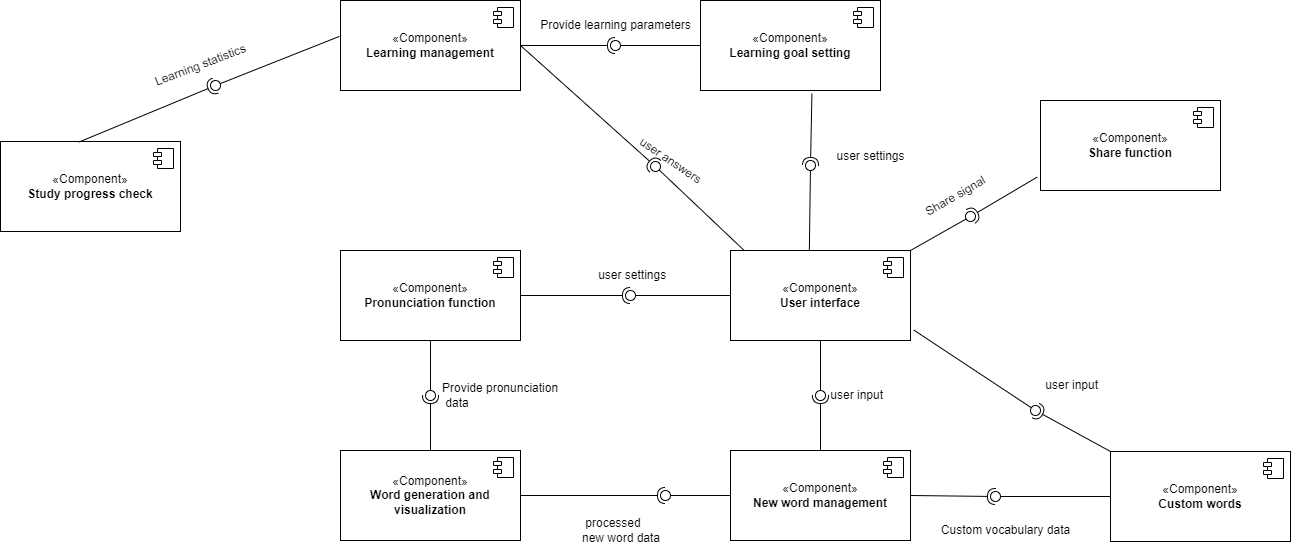
The draw.io diagram component.drawio.png in xiangxiang3451/blog_pictures, before a commit. Source tidied: cells renumbered, new cells last; positions are measured from the earlier drawing's top-left corner, leaving out a move shared by most shapes.
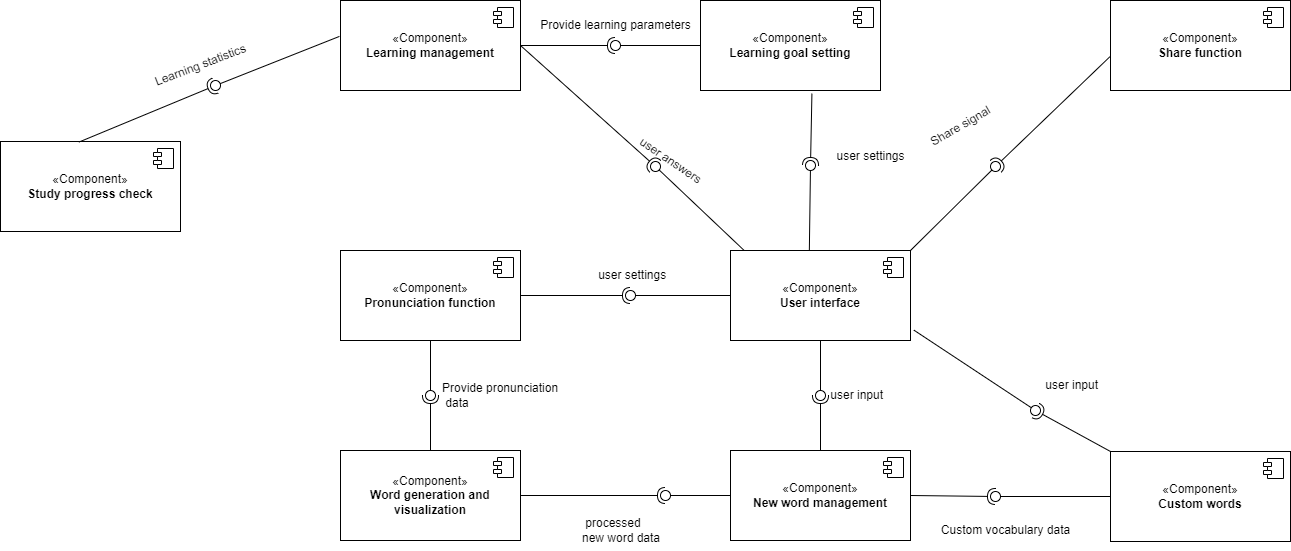
After the commit.

Diff of the diagram source:
```diff
@@ -187,24 +187,24 @@
       <mxGeometry x="140" y="50" width="120" height="30" as="geometry" />
     </mxCell>
     <mxCell id="58" value="«Component»&lt;br&gt;&lt;b&gt;Share function&lt;/b&gt;" style="html=1;whiteSpace=wrap;" parent="1" vertex="1">
-      <mxGeometry x="1040" y="100" width="180" height="90" as="geometry" />
+      <mxGeometry x="1110" width="180" height="90" as="geometry" />
     </mxCell>
     <mxCell id="59" style="shape=module;jettyWidth=8;jettyHeight=4;" parent="58" vertex="1">
       <mxGeometry x="1" width="20" height="20" relative="1" as="geometry">
         <mxPoint x="-27" y="7" as="offset" />
       </mxGeometry>
     </mxCell>
-    <mxCell id="60" style="rounded=0;jettySize=auto;html=1;endArrow=halfCircle;endFill=0;endSize=6;strokeWidth=1;sketch=0;exitX=-0.019;exitY=0.852;exitDx=0;exitDy=0;exitPerimeter=0;" parent="1" edge="1" source="58" target="62">
+    <mxCell id="60" style="rounded=0;jettySize=auto;html=1;endArrow=halfCircle;endFill=0;endSize=6;strokeWidth=1;sketch=0;exitX=-0.004;exitY=0.626;exitDx=0;exitDy=0;exitPerimeter=0;" parent="1" edge="1" source="58" target="62">
       <mxGeometry relative="1" as="geometry" />
     </mxCell>
     <mxCell id="61" style="rounded=0;jettySize=auto;html=1;endArrow=oval;endFill=0;sketch=0;sourcePerimeterSpacing=0;targetPerimeterSpacing=0;endSize=10;exitX=1;exitY=0;exitDx=0;exitDy=0;" parent="1" edge="1" source="2" target="62">
       <mxGeometry relative="1" as="geometry" />
     </mxCell>
     <mxCell id="62" style="ellipse;whiteSpace=wrap;html=1;align=center;fillColor=none;strokeColor=none;perimeter=centerPerimeter;points=[];outlineConnect=1;" parent="1" vertex="1">
-      <mxGeometry x="965" y="211" width="10" height="10" as="geometry" />
+      <mxGeometry x="990" y="161" width="10" height="10" as="geometry" />
     </mxCell>
     <mxCell id="63" value="Share signal" style="text;html=1;align=center;verticalAlign=middle;strokeColor=none;fillColor=none;rotation=330;" parent="1" vertex="1">
-      <mxGeometry x="910" y="181" width="90" height="30" as="geometry" />
+      <mxGeometry x="915" y="111" width="90" height="30" as="geometry" />
     </mxCell>
   </root>
 </mxGraphModel>
```
